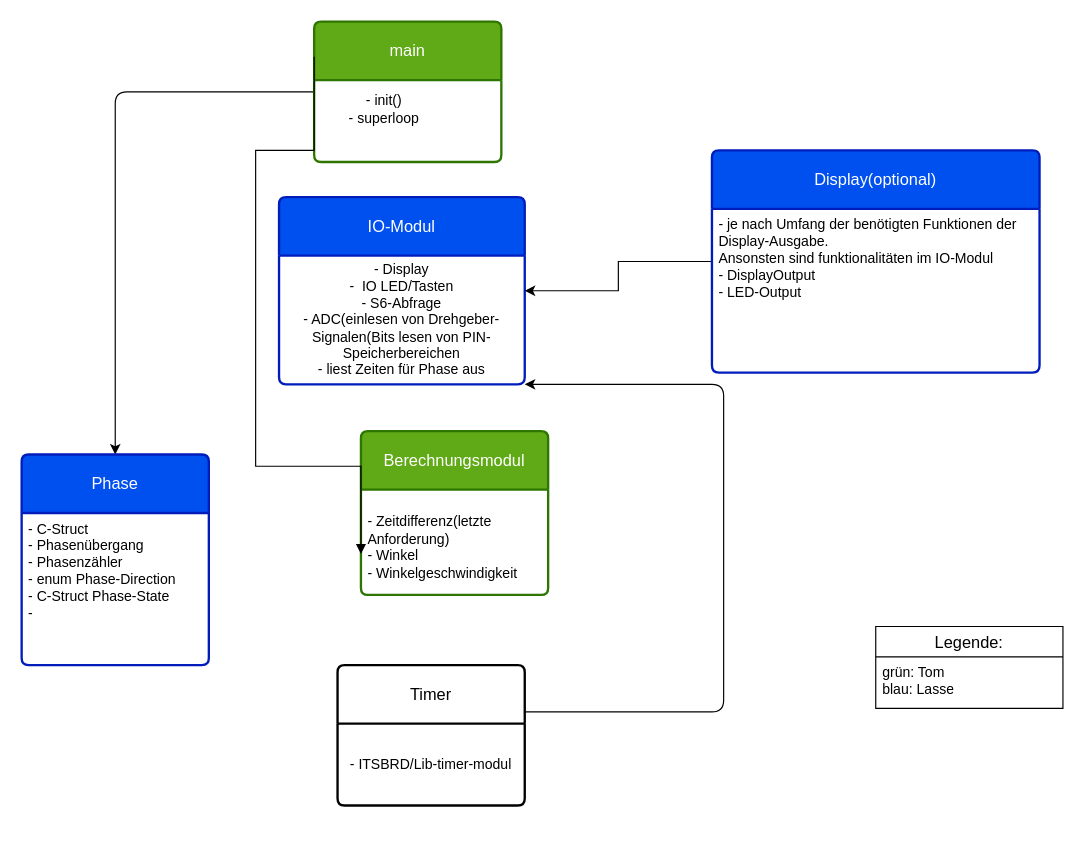
eljollo/ITS-BRD-VSC keeps this draw.io diagram as Programs/Drehgeber/Modulkonzept.drawio. Above is the earlier version. Source tidied: cells renumbered, new cells numbered last; positions are measured from the earlier drawing's top-left corner, leaving out a move shared by most shapes. Both pictures are drawn from the tidied source at 117%, with x=0, y=0 at pixel (21, 21).
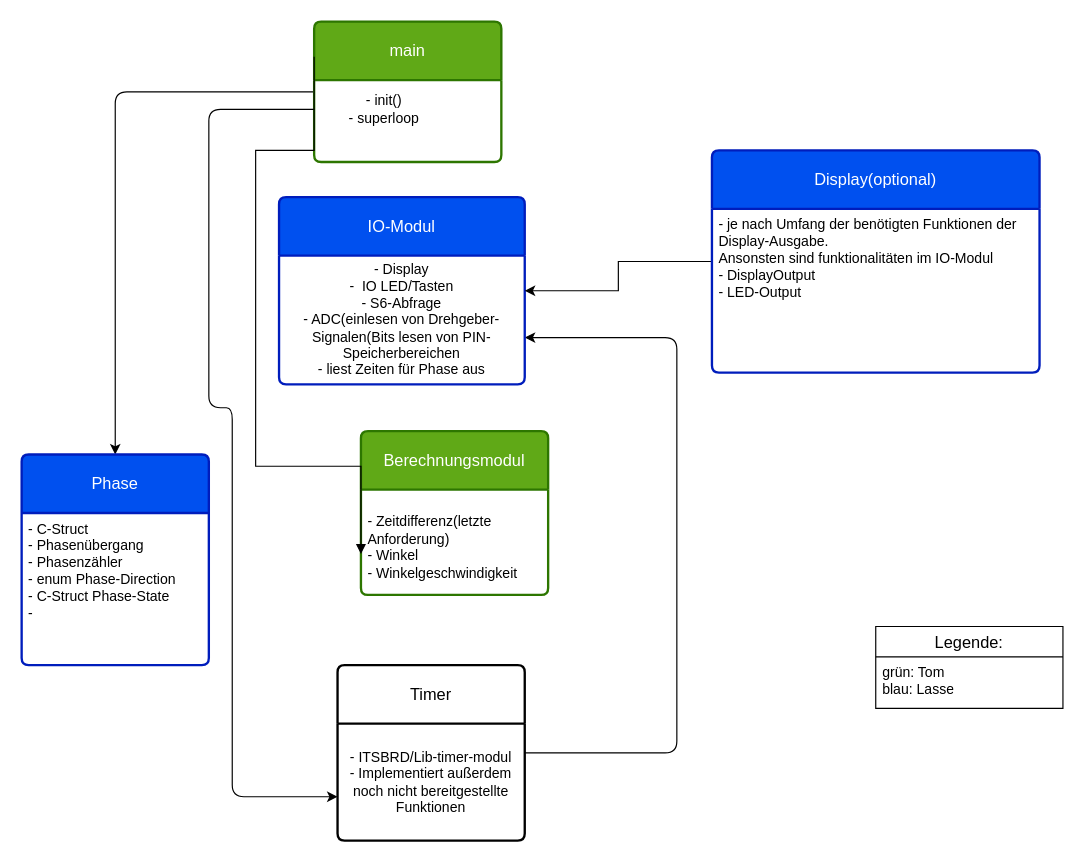
Above is the later version.

Unchanged cells that the change refers to:
```xml
<mxCell id="11" value="IO-Modul" style="swimlane;horizontal=1;startSize=50;rounded=1;fontSize=14;fontStyle=0;strokeWidth=2;shadow=0;dashed=0;align=center;arcSize=4;whiteSpace=wrap;html=1;fillColor=#0050ef;fontColor=#ffffff;strokeColor=#001DBC;" parent="1" vertex="1">
  <mxGeometry x="220" y="150" width="210" height="160" as="geometry" />
</mxCell>
```

Change to the diagram source:
```diff
@@
-    <mxCell id="6" style="edgeStyle=orthogonalEdgeStyle;html=1;exitX=0.75;exitY=0;exitDx=0;exitDy=0;entryX=1;entryY=1;entryDx=0;entryDy=0;" parent="1" edge="1" source="7" target="11">
-      <mxGeometry x="-0.4" relative="1" as="geometry">
+    <mxCell id="6" style="edgeStyle=orthogonalEdgeStyle;html=1;entryX=1;entryY=0.75;entryDx=0;entryDy=0;" parent="1" edge="1" source="7" target="11">
+      <mxGeometry x="-0.03" relative="1" as="geometry">
         <Array as="points">
-          <mxPoint x="390" y="590" />
-          <mxPoint x="600" y="590" />
-          <mxPoint x="600" y="310" />
+          <mxPoint x="560" y="625" />
+          <mxPoint x="560" y="270" />
         </Array>
       </mxGeometry>
     </mxCell>
     <mxCell id="7" value="Timer" style="swimlane;horizontal=1;startSize=50;rounded=1;fontSize=14;fontStyle=0;strokeWidth=2;shadow=0;dashed=0;align=center;arcSize=4;whiteSpace=wrap;html=1;" parent="1" vertex="1">
-      <mxGeometry x="270" y="550" width="160" height="120" as="geometry" />
+      <mxGeometry x="270" y="550" width="160" height="150" as="geometry" />
     </mxCell>
-    <mxCell id="8" value="- ITSBRD/Lib-timer-modul" style="text;html=1;whiteSpace=wrap;strokeColor=none;fillColor=none;align=center;verticalAlign=middle;rounded=0;" parent="7" vertex="1">
-      <mxGeometry y="50" width="160" height="70" as="geometry" />
+    <mxCell id="8" value="- ITSBRD/Lib-timer-modul&lt;br&gt;&lt;div&gt;- Implementiert außerdem noch nicht bereitgestellte Funktionen&lt;br&gt;&lt;/div&gt;" style="text;html=1;whiteSpace=wrap;strokeColor=none;fillColor=none;align=center;verticalAlign=middle;rounded=0;" parent="7" vertex="1">
+      <mxGeometry y="50" width="160" height="100" as="geometry" />
     </mxCell>
@@
+    <mxCell id="20" style="edgeStyle=orthogonalEdgeStyle;html=1;entryX=0;entryY=0.75;entryDx=0;entryDy=0;" parent="1" edge="1" target="7">
+      <mxGeometry x="0.2" relative="1" as="geometry">
+        <mxPoint x="250" y="75" as="sourcePoint" />
+        <Array as="points">
+          <mxPoint x="160" y="75" />
+          <mxPoint x="160" y="330" />
+          <mxPoint x="180" y="330" />
+          <mxPoint x="180" y="662.5" />
+        </Array>
+      </mxGeometry>
+    </mxCell>
```
